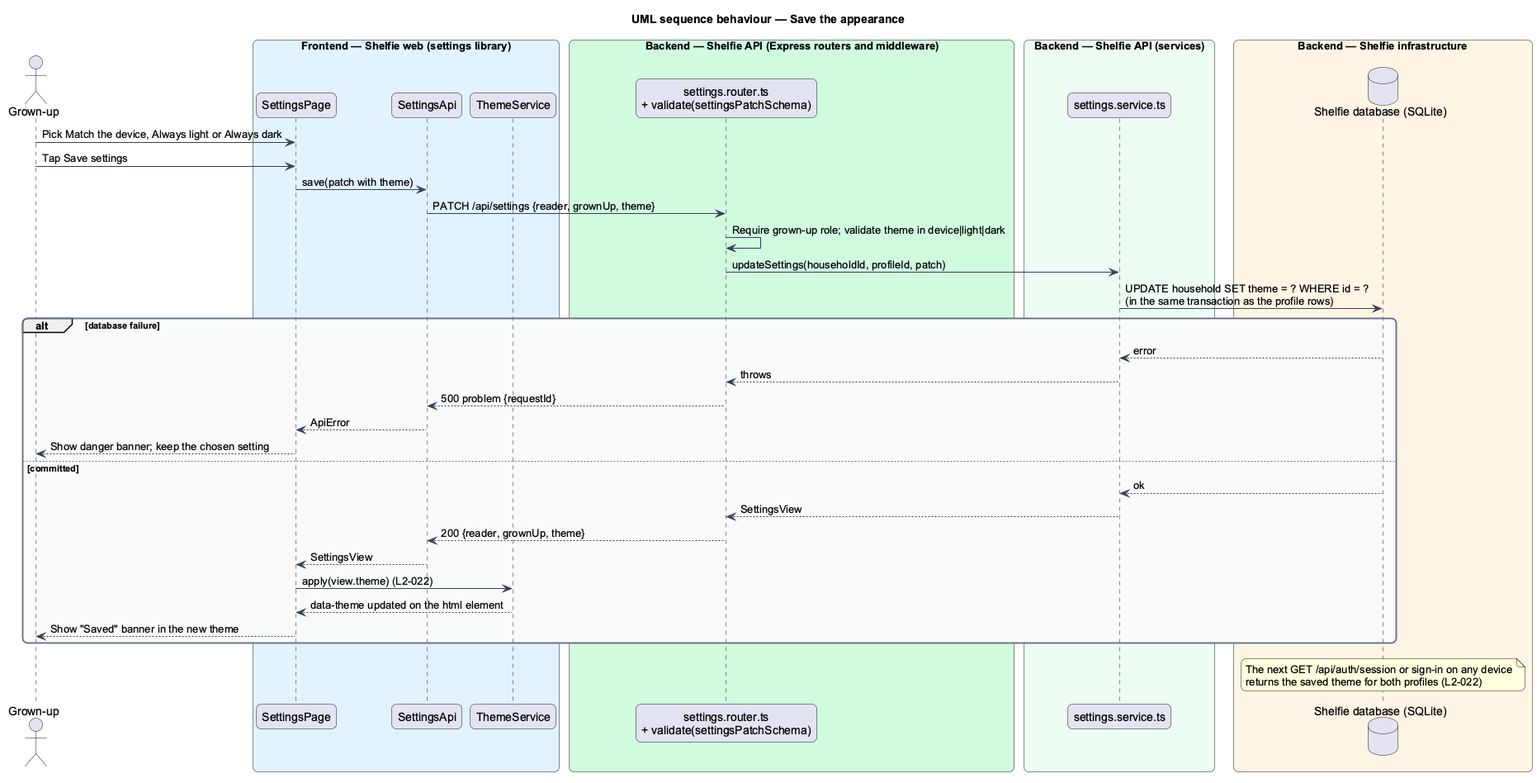
QuinntyneBrown/shelfie keeps this PlantUML diagram as docs/detailed-designs/settings/choose-appearance/diagrams/sequence-save-appearance.png. Above is the earlier version.
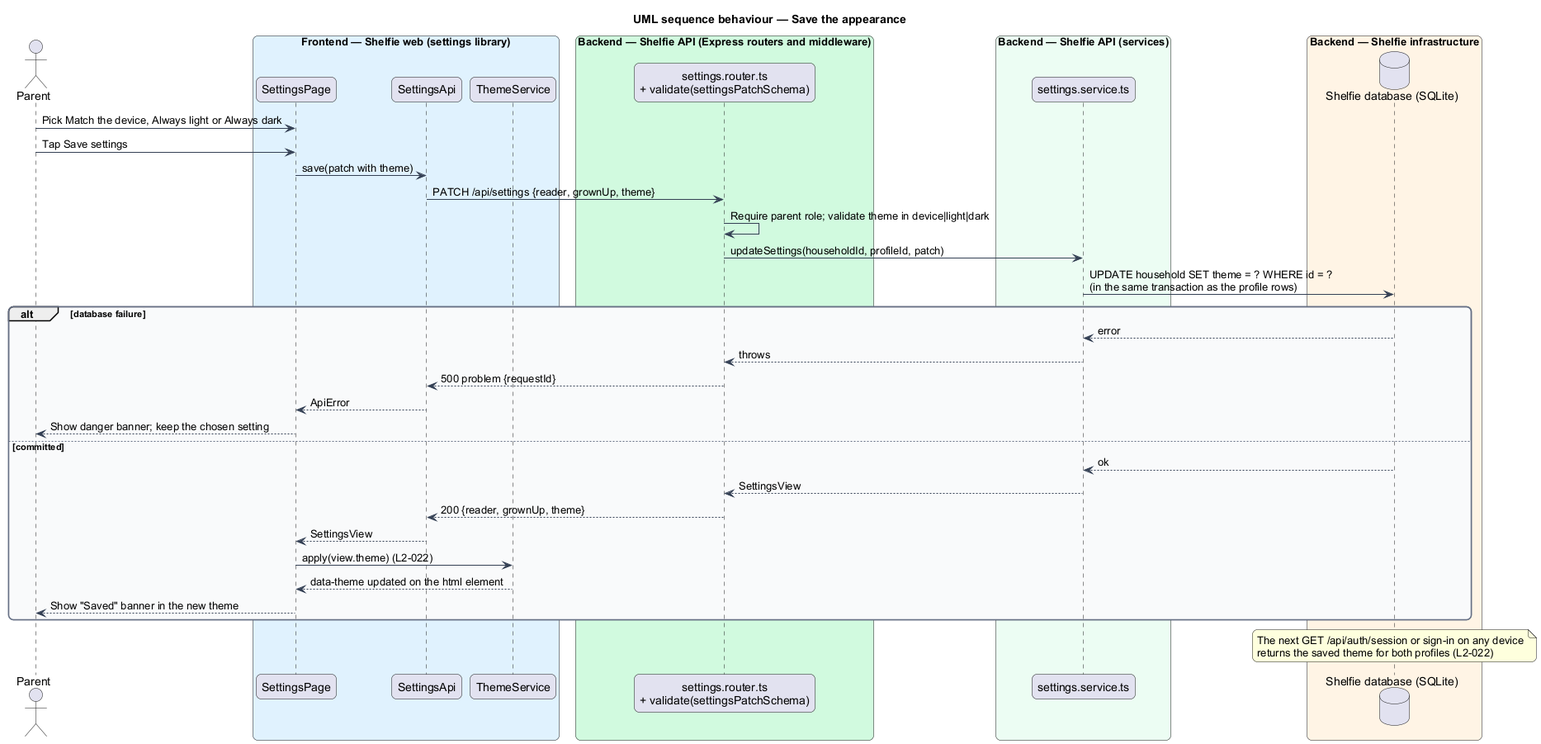
The same file after the commit.

What changed in the source:
```diff
@@ -14,7 +14,7 @@
   FontColor #101828
   BackgroundColor #F9FAFB
 }
-actor "Grown-up" as grownUp
+actor "Parent" as grownUp
 box "Frontend — Shelfie web (settings library)" #E0F2FE
   participant "SettingsPage" as page
   participant "SettingsApi" as client
@@ -34,7 +34,7 @@
 grownUp -> page : Tap Save settings
 page -> client : save(patch with theme)
 client -> router : PATCH /api/settings {reader, grownUp, theme}
-router -> router : Require grown-up role; validate theme in device|light|dark
+router -> router : Require parent role; validate theme in device|light|dark
 router -> service : updateSettings(householdId, profileId, patch)
 service -> db : UPDATE household SET theme = ? WHERE id = ?\n(in the same transaction as the profile rows)
 alt database failure
```
